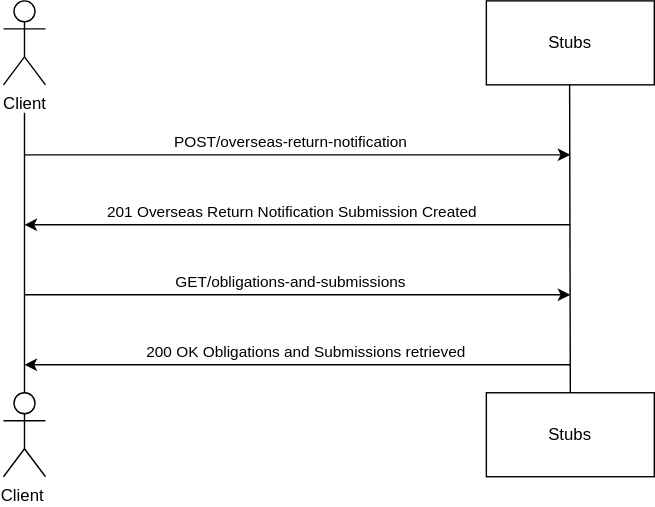
Above: source/documentation/figures/submitorn-test-sequence.svg in hmrc/pillar2-service-guide (draw.io), before the change. Source tidied: cells renumbered, new cells last; positions are measured from the earlier drawing's top-left corner, leaving out a move shared by most shapes. Source of this version:
```xml
<mxGraphModel>
  <root>
    <mxCell id="0" />
    <mxCell id="1" parent="0" />
    <mxCell id="2" value="Client" style="shape=umlActor;verticalLabelPosition=bottom;verticalAlign=top;html=1;" parent="1" vertex="1">
      <mxGeometry width="30" height="60" as="geometry" />
    </mxCell>
    <mxCell id="3" value="Client&amp;nbsp;" style="shape=umlActor;verticalLabelPosition=bottom;verticalAlign=top;html=1;" parent="1" vertex="1">
      <mxGeometry y="280" width="30" height="60" as="geometry" />
    </mxCell>
    <mxCell id="4" style="endArrow=none;html=1;rounded=0;" parent="1" edge="1">
      <mxGeometry relative="1" as="geometry">
        <mxPoint x="15" y="280" as="sourcePoint" />
        <mxPoint x="15" y="80" as="targetPoint" />
      </mxGeometry>
    </mxCell>
    <mxCell id="5" value="Stubs" style="rounded=0;whiteSpace=wrap;html=1;" parent="1" vertex="1">
      <mxGeometry x="345" width="120" height="60" as="geometry" />
    </mxCell>
    <mxCell id="6" value="Stubs" style="rounded=0;whiteSpace=wrap;html=1;" parent="1" vertex="1">
      <mxGeometry x="345" y="280" width="120" height="60" as="geometry" />
    </mxCell>
    <mxCell id="7" style="endArrow=none;html=1;rounded=0;exitX=0.5;exitY=0;exitDx=0;exitDy=0;" parent="1" edge="1" source="6">
      <mxGeometry relative="1" as="geometry">
        <mxPoint x="404.5" y="60" as="targetPoint" />
      </mxGeometry>
    </mxCell>
    <mxCell id="8" style="endArrow=classic;html=1;rounded=0;" parent="1" edge="1">
      <mxGeometry relative="1" as="geometry">
        <mxPoint x="15" y="110" as="sourcePoint" />
        <mxPoint x="405" y="110" as="targetPoint" />
      </mxGeometry>
    </mxCell>
    <mxCell id="9" value="POST/overseas-return-notification" style="edgeLabel;html=1;align=center;verticalAlign=middle;" parent="8" vertex="1">
      <mxGeometry x="-0.19" relative="1" as="geometry">
        <mxPoint x="31" y="-10" as="offset" />
      </mxGeometry>
    </mxCell>
    <mxCell id="10" style="endArrow=classic;html=1;rounded=0;" parent="1" edge="1">
      <mxGeometry relative="1" as="geometry">
        <mxPoint x="405" y="160" as="sourcePoint" />
        <mxPoint x="15" y="160" as="targetPoint" />
      </mxGeometry>
    </mxCell>
    <mxCell id="11" value="201 Overseas Return Notification Submission Created" style="edgeLabel;html=1;align=center;verticalAlign=middle;" parent="10" vertex="1">
      <mxGeometry x="0.13" relative="1" as="geometry">
        <mxPoint x="20" y="-10" as="offset" />
      </mxGeometry>
    </mxCell>
    <mxCell id="12" style="endArrow=classic;html=1;rounded=0;" parent="1" edge="1">
      <mxGeometry relative="1" as="geometry">
        <mxPoint x="15" y="210" as="sourcePoint" />
        <mxPoint x="405" y="210" as="targetPoint" />
      </mxGeometry>
    </mxCell>
    <mxCell id="13" value="GET/obligations-and-submissions" style="edgeLabel;html=1;align=center;verticalAlign=middle;" parent="12" vertex="1">
      <mxGeometry x="-0.15" y="-2" relative="1" as="geometry">
        <mxPoint x="23" y="-12" as="offset" />
      </mxGeometry>
    </mxCell>
    <mxCell id="14" style="endArrow=classic;html=1;rounded=0;" parent="1" edge="1">
      <mxGeometry relative="1" as="geometry">
        <mxPoint x="405" y="260" as="sourcePoint" />
        <mxPoint x="15" y="260" as="targetPoint" />
      </mxGeometry>
    </mxCell>
    <mxCell id="15" value="200 OK Obligations and Submissions retrieved" style="edgeLabel;html=1;align=center;verticalAlign=middle;" parent="14" vertex="1">
      <mxGeometry y="2" relative="1" as="geometry">
        <mxPoint x="5" y="-12" as="offset" />
      </mxGeometry>
    </mxCell>
  </root>
</mxGraphModel>
```
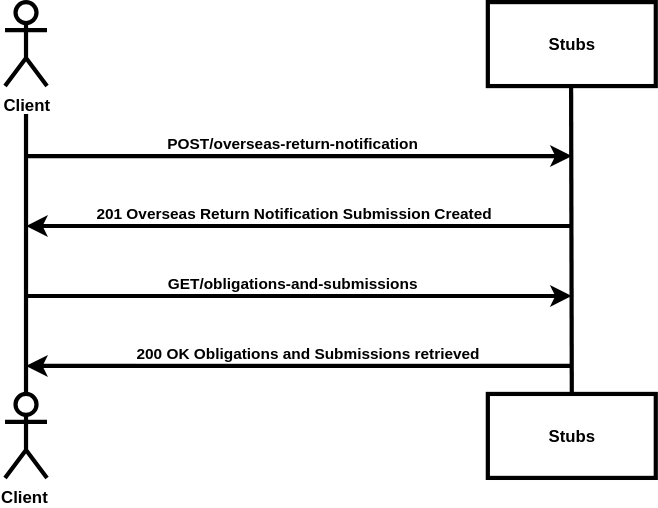
The same file after the commit.

Diff of the diagram source:
```diff
@@ -2,69 +2,69 @@
   <root>
     <mxCell id="0" />
     <mxCell id="1" parent="0" />
-    <mxCell id="2" value="Client" style="shape=umlActor;verticalLabelPosition=bottom;verticalAlign=top;html=1;" parent="1" vertex="1">
+    <mxCell id="2" value="Client" style="shape=umlActor;verticalLabelPosition=bottom;verticalAlign=top;html=1;fontStyle=1;strokeWidth=3;" parent="1" vertex="1">
       <mxGeometry width="30" height="60" as="geometry" />
     </mxCell>
-    <mxCell id="3" value="Client&amp;nbsp;" style="shape=umlActor;verticalLabelPosition=bottom;verticalAlign=top;html=1;" parent="1" vertex="1">
+    <mxCell id="3" value="Client&amp;nbsp;" style="shape=umlActor;verticalLabelPosition=bottom;verticalAlign=top;html=1;fontStyle=1;strokeWidth=3;" parent="1" vertex="1">
       <mxGeometry y="280" width="30" height="60" as="geometry" />
     </mxCell>
-    <mxCell id="4" style="endArrow=none;html=1;rounded=0;" parent="1" edge="1">
+    <mxCell id="4" style="endArrow=none;html=1;rounded=0;fontStyle=1;strokeWidth=3;" parent="1" edge="1">
       <mxGeometry relative="1" as="geometry">
         <mxPoint x="15" y="280" as="sourcePoint" />
         <mxPoint x="15" y="80" as="targetPoint" />
       </mxGeometry>
     </mxCell>
-    <mxCell id="5" value="Stubs" style="rounded=0;whiteSpace=wrap;html=1;" parent="1" vertex="1">
+    <mxCell id="5" value="Stubs" style="rounded=0;whiteSpace=wrap;html=1;fontStyle=1;strokeWidth=3;" parent="1" vertex="1">
       <mxGeometry x="345" width="120" height="60" as="geometry" />
     </mxCell>
-    <mxCell id="6" value="Stubs" style="rounded=0;whiteSpace=wrap;html=1;" parent="1" vertex="1">
+    <mxCell id="6" value="Stubs" style="rounded=0;whiteSpace=wrap;html=1;fontStyle=1;strokeWidth=3;" parent="1" vertex="1">
       <mxGeometry x="345" y="280" width="120" height="60" as="geometry" />
     </mxCell>
-    <mxCell id="7" style="endArrow=none;html=1;rounded=0;exitX=0.5;exitY=0;exitDx=0;exitDy=0;" parent="1" edge="1" source="6">
+    <mxCell id="7" style="endArrow=none;html=1;rounded=0;exitX=0.5;exitY=0;exitDx=0;exitDy=0;fontStyle=1;strokeWidth=3;" parent="1" edge="1" source="6">
       <mxGeometry relative="1" as="geometry">
         <mxPoint x="404.5" y="60" as="targetPoint" />
       </mxGeometry>
     </mxCell>
-    <mxCell id="8" style="endArrow=classic;html=1;rounded=0;" parent="1" edge="1">
+    <mxCell id="8" style="endArrow=classic;html=1;rounded=0;fontStyle=1;strokeWidth=3;" parent="1" edge="1">
       <mxGeometry relative="1" as="geometry">
         <mxPoint x="15" y="110" as="sourcePoint" />
         <mxPoint x="405" y="110" as="targetPoint" />
       </mxGeometry>
     </mxCell>
-    <mxCell id="9" value="POST/overseas-return-notification" style="edgeLabel;html=1;align=center;verticalAlign=middle;" parent="8" vertex="1">
+    <mxCell id="9" value="POST/overseas-return-notification" style="edgeLabel;html=1;align=center;verticalAlign=middle;fontStyle=1;" parent="8" vertex="1">
       <mxGeometry x="-0.19" relative="1" as="geometry">
         <mxPoint x="31" y="-10" as="offset" />
       </mxGeometry>
     </mxCell>
-    <mxCell id="10" style="endArrow=classic;html=1;rounded=0;" parent="1" edge="1">
+    <mxCell id="10" style="endArrow=classic;html=1;rounded=0;fontStyle=1;strokeWidth=3;" parent="1" edge="1">
       <mxGeometry relative="1" as="geometry">
         <mxPoint x="405" y="160" as="sourcePoint" />
         <mxPoint x="15" y="160" as="targetPoint" />
       </mxGeometry>
     </mxCell>
-    <mxCell id="11" value="201 Overseas Return Notification Submission Created" style="edgeLabel;html=1;align=center;verticalAlign=middle;" parent="10" vertex="1">
+    <mxCell id="11" value="201 Overseas Return Notification Submission Created" style="edgeLabel;html=1;align=center;verticalAlign=middle;fontStyle=1;" parent="10" vertex="1">
       <mxGeometry x="0.13" relative="1" as="geometry">
         <mxPoint x="20" y="-10" as="offset" />
       </mxGeometry>
     </mxCell>
-    <mxCell id="12" style="endArrow=classic;html=1;rounded=0;" parent="1" edge="1">
+    <mxCell id="12" style="endArrow=classic;html=1;rounded=0;fontStyle=1;strokeWidth=3;" parent="1" edge="1">
       <mxGeometry relative="1" as="geometry">
         <mxPoint x="15" y="210" as="sourcePoint" />
         <mxPoint x="405" y="210" as="targetPoint" />
       </mxGeometry>
     </mxCell>
-    <mxCell id="13" value="GET/obligations-and-submissions" style="edgeLabel;html=1;align=center;verticalAlign=middle;" parent="12" vertex="1">
+    <mxCell id="13" value="GET/obligations-and-submissions" style="edgeLabel;html=1;align=center;verticalAlign=middle;fontStyle=1;" parent="12" vertex="1">
       <mxGeometry x="-0.15" y="-2" relative="1" as="geometry">
         <mxPoint x="23" y="-12" as="offset" />
       </mxGeometry>
     </mxCell>
-    <mxCell id="14" style="endArrow=classic;html=1;rounded=0;" parent="1" edge="1">
+    <mxCell id="14" style="endArrow=classic;html=1;rounded=0;fontStyle=1;strokeWidth=3;" parent="1" edge="1">
       <mxGeometry relative="1" as="geometry">
         <mxPoint x="405" y="260" as="sourcePoint" />
         <mxPoint x="15" y="260" as="targetPoint" />
       </mxGeometry>
     </mxCell>
-    <mxCell id="15" value="200 OK Obligations and Submissions retrieved" style="edgeLabel;html=1;align=center;verticalAlign=middle;" parent="14" vertex="1">
+    <mxCell id="15" value="200 OK Obligations and Submissions retrieved" style="edgeLabel;html=1;align=center;verticalAlign=middle;fontStyle=1;" parent="14" vertex="1">
       <mxGeometry y="2" relative="1" as="geometry">
         <mxPoint x="5" y="-12" as="offset" />
       </mxGeometry>
```
